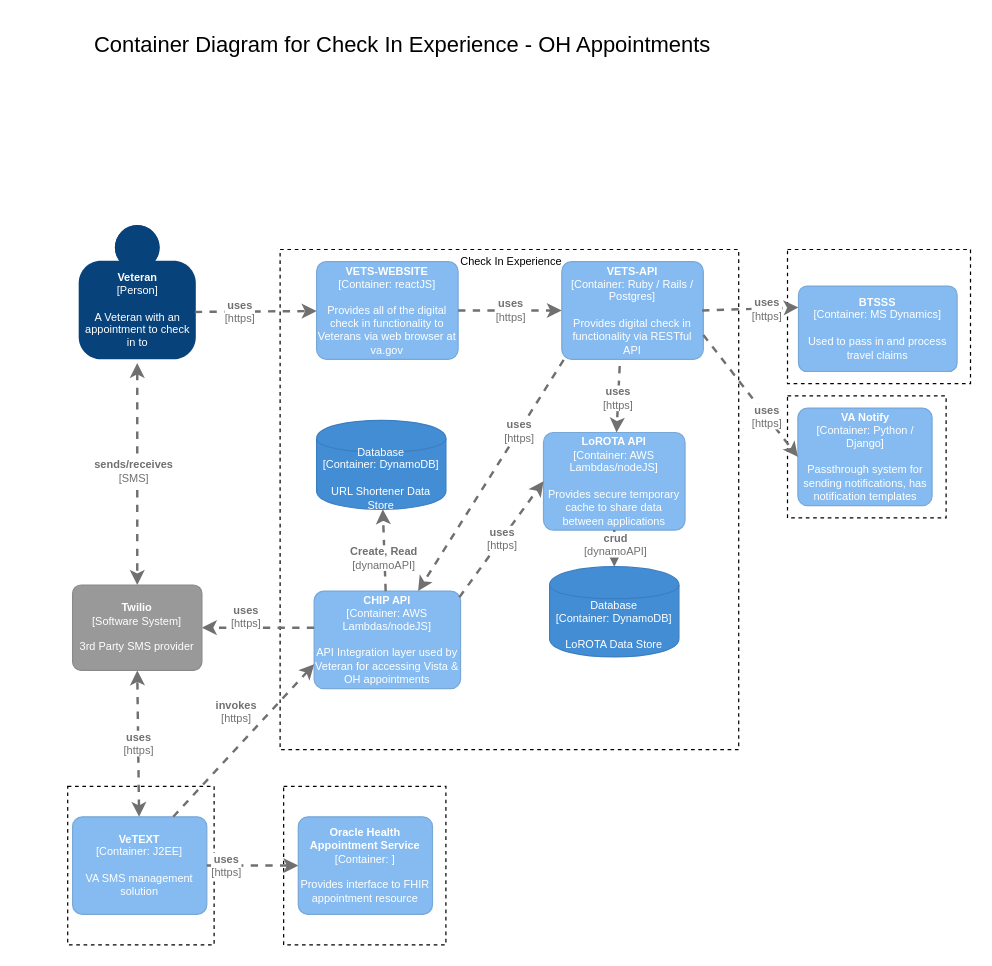
The draw.io diagram page "container-diagram" (1 of 2) of products/health-care/checkin/engineering/architecture-diagrams/container-diagram-oracle-health-travel.drawio in department-of-veterans-affairs/va.gov-team, before the edit. Source tidied: cells renumbered, new cells numbered last; positions are measured from the earlier drawing's top-left corner, leaving out a move shared by most shapes. Both pictures are drawn from the tidied source at 122%, with x=0, y=0 at pixel (67, 21).
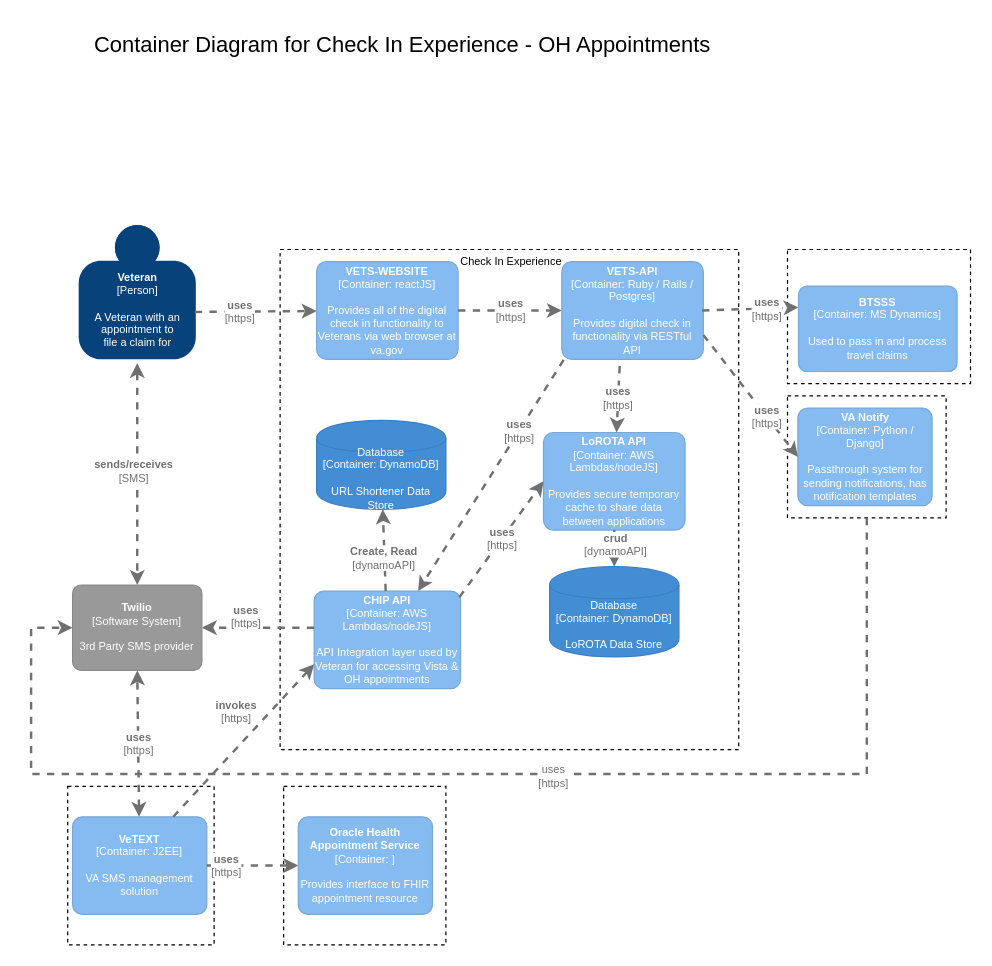
The same diagram, later.

Unchanged cells that the change refers to:
```xml
<mxCell id="2" style="rounded=0;whiteSpace=wrap;html=1;dashed=1;fontSize=9;" parent="1" vertex="1">
  <mxGeometry x="590" y="307" width="130" height="100" as="geometry" />
</mxCell>
<object id="25" label="&lt;b style=&quot;font-size: 9px;&quot;&gt;%c4Name%&lt;/b&gt;&lt;div style=&quot;font-size: 9px;&quot;&gt;[%c4Type%]&lt;/div&gt;&lt;br style=&quot;font-size: 9px;&quot;&gt;&lt;div style=&quot;font-size: 9px;&quot;&gt;%c4Description%&lt;/div&gt;" c4Description="3rd Party SMS provider" c4Name="Twilio" c4Type="Software System" placeholders="1">
  <mxCell style="rounded=1;whiteSpace=wrap;html=1;labelBackgroundColor=none;fillColor=#999999;fontColor=#ffffff;align=center;arcSize=10;strokeColor=#8A8A8A;metaData={&quot;c4Type&quot;:{&quot;editable&quot;:false}};points=[[0.25,0,0],[0.5,0,0],[0.75,0,0],[1,0.25,0],[1,0.5,0],[1,0.75,0],[0.75,1,0],[0.5,1,0],[0.25,1,0],[0,0.75,0],[0,0.5,0],[0,0.25,0]];fontSize=9;" parent="1" vertex="1">
    <mxGeometry x="4" y="462" width="106" height="70" as="geometry" />
  </mxCell>
</object>
```

Change to the diagram source:
```diff
@@
-    <object id="9" label="&lt;b style=&quot;font-size: 9px;&quot;&gt;%c4Name%&lt;/b&gt;&lt;div style=&quot;font-size: 9px;&quot;&gt;[%c4Type%]&lt;/div&gt;&lt;br style=&quot;font-size: 9px;&quot;&gt;&lt;div style=&quot;font-size: 9px;&quot;&gt;%c4Description%&lt;/div&gt;" c4Description="A Veteran with an &#10;appointment to check &#10;in to" c4Name="Veteran" c4Type="Person" placeholders="1">
+    <object id="9" label="&lt;b style=&quot;font-size: 9px;&quot;&gt;%c4Name%&lt;/b&gt;&lt;div style=&quot;font-size: 9px;&quot;&gt;[%c4Type%]&lt;/div&gt;&lt;br style=&quot;font-size: 9px;&quot;&gt;&lt;div style=&quot;font-size: 9px;&quot;&gt;%c4Description%&lt;/div&gt;" c4Description="A Veteran with an &#10;appointment to &#10;file a claim for" c4Name="Veteran" c4Type="Person" placeholders="1">
       <mxCell style="html=1;dashed=0;whitespace=wrap;fillColor=#08427b;strokeColor=none;fontColor=#ffffff;shape=mxgraph.c4.person;align=center;metaData={&quot;c4Type&quot;:{&quot;editable&quot;:false}};fontSize=9;" parent="1" vertex="1">
         <mxGeometry x="9" y="167" width="96" height="110" as="geometry" />
       </mxCell>
     </object>
@@
+    <mxCell id="35" style="edgeStyle=orthogonalEdgeStyle;rounded=0;jettySize=auto;html=1;entryX=0;entryY=0.5;entryDx=0;entryDy=0;entryPerimeter=0;dashed=1;strokeColor=#707070;strokeWidth=2;align=center;verticalAlign=middle;fontFamily=Helvetica;fontSize=9;fontColor=#707070;labelBackgroundColor=default;jumpStyle=none;endArrow=classic;" parent="1" edge="1" source="2" target="25">
+      <mxGeometry relative="1" as="geometry">
+        <Array as="points">
+          <mxPoint x="655" y="617" />
+          <mxPoint x="-30" y="617" />
+          <mxPoint x="-30" y="497" />
+        </Array>
+      </mxGeometry>
+    </mxCell>
+    <mxCell id="36" value="&lt;div&gt;uses&lt;/div&gt;&lt;div&gt;[https]&lt;br&gt;&lt;/div&gt;" style="edgeLabel;html=1;align=center;verticalAlign=middle;rounded=0;dashed=1;strokeColor=#707070;strokeWidth=2;fontFamily=Helvetica;fontSize=9;fontColor=#707070;labelBackgroundColor=default;" parent="35" vertex="1">
+      <mxGeometry x="0.05" y="1" relative="1" as="geometry">
+        <mxPoint x="83" as="offset" />
+      </mxGeometry>
+    </mxCell>
```
